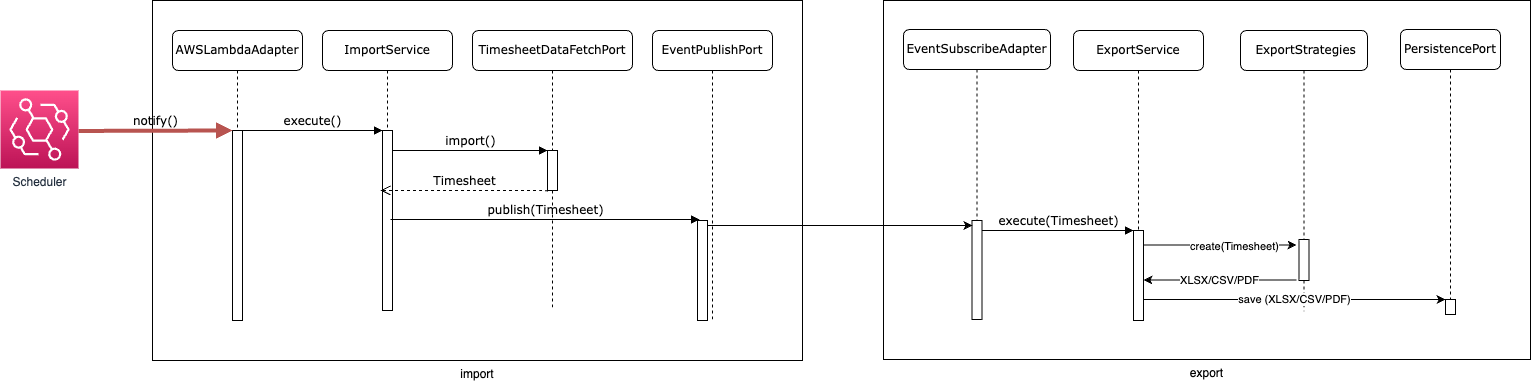
Before: docs/assets/dynamic-level-1.drawio.png, a diagram exported from draw.io (tinohertlein/timesheet-wizard). Source tidied: cells renumbered, new cells last; positions are measured from the earlier drawing's top-left corner, leaving out a move shared by most shapes.
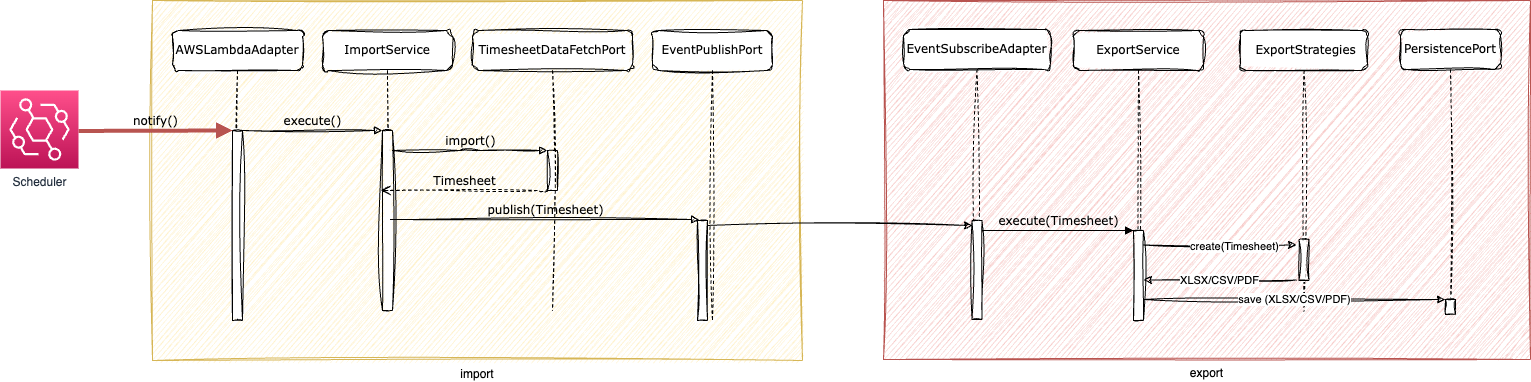
After the change.

Diff of the diagram source:
```diff
@@ -2,42 +2,42 @@
   <root>
     <mxCell id="0" />
     <mxCell id="1" parent="0" />
-    <mxCell id="2" value="export" style="rounded=0;whiteSpace=wrap;html=1;labelPosition=center;verticalLabelPosition=bottom;align=center;verticalAlign=top;" parent="1" vertex="1">
+    <mxCell id="2" value="export" style="rounded=0;whiteSpace=wrap;html=1;labelPosition=center;verticalLabelPosition=bottom;align=center;verticalAlign=top;sketch=1;curveFitting=1;jiggle=2;fillColor=#f8cecc;strokeColor=#b85450;" parent="1" vertex="1">
       <mxGeometry x="883" width="647" height="359" as="geometry" />
     </mxCell>
-    <mxCell id="3" value="import" style="rounded=0;whiteSpace=wrap;html=1;labelPosition=center;verticalLabelPosition=bottom;align=center;verticalAlign=top;" parent="1" vertex="1">
+    <mxCell id="3" value="import" style="rounded=0;whiteSpace=wrap;html=1;labelPosition=center;verticalLabelPosition=bottom;align=center;verticalAlign=top;sketch=1;curveFitting=1;jiggle=2;fillColor=#fff2cc;strokeColor=#d6b656;" parent="1" vertex="1">
       <mxGeometry x="152" width="650" height="360" as="geometry" />
     </mxCell>
-    <mxCell id="4" value="ImportService" style="shape=umlLifeline;perimeter=lifelinePerimeter;whiteSpace=wrap;html=1;rounded=1;shadow=0;comic=0;labelBackgroundColor=none;strokeWidth=1;fontFamily=Verdana;fontSize=12;align=center;" parent="1" vertex="1">
+    <mxCell id="4" value="ImportService" style="shape=umlLifeline;perimeter=lifelinePerimeter;whiteSpace=wrap;html=1;rounded=1;shadow=0;comic=0;labelBackgroundColor=none;strokeWidth=1;fontFamily=Verdana;fontSize=12;align=center;sketch=1;curveFitting=1;jiggle=2;" parent="1" vertex="1">
       <mxGeometry x="322" y="30" width="130" height="280" as="geometry" />
     </mxCell>
-    <mxCell id="5" style="html=1;points=[];perimeter=orthogonalPerimeter;rounded=0;shadow=0;comic=0;labelBackgroundColor=none;strokeWidth=1;fontFamily=Verdana;fontSize=12;align=center;" parent="4" vertex="1">
+    <mxCell id="5" style="html=1;points=[];perimeter=orthogonalPerimeter;rounded=0;shadow=0;comic=0;labelBackgroundColor=none;strokeWidth=1;fontFamily=Verdana;fontSize=12;align=center;sketch=1;curveFitting=1;jiggle=2;" parent="4" vertex="1">
       <mxGeometry x="60" y="100" width="10" height="180" as="geometry" />
     </mxCell>
-    <mxCell id="6" value="TimesheetDataFetchPort" style="shape=umlLifeline;perimeter=lifelinePerimeter;whiteSpace=wrap;html=1;rounded=1;shadow=0;comic=0;labelBackgroundColor=none;strokeWidth=1;fontFamily=Verdana;fontSize=12;align=center;" parent="1" vertex="1">
+    <mxCell id="6" value="TimesheetDataFetchPort" style="shape=umlLifeline;perimeter=lifelinePerimeter;whiteSpace=wrap;html=1;rounded=1;shadow=0;comic=0;labelBackgroundColor=none;strokeWidth=1;fontFamily=Verdana;fontSize=12;align=center;sketch=1;curveFitting=1;jiggle=2;" parent="1" vertex="1">
       <mxGeometry x="472" y="30" width="160" height="280" as="geometry" />
     </mxCell>
-    <mxCell id="7" style="html=1;points=[];perimeter=orthogonalPerimeter;rounded=0;shadow=0;comic=0;labelBackgroundColor=none;strokeWidth=1;fontFamily=Verdana;fontSize=12;align=center;" parent="6" vertex="1">
+    <mxCell id="7" style="html=1;points=[];perimeter=orthogonalPerimeter;rounded=0;shadow=0;comic=0;labelBackgroundColor=none;strokeWidth=1;fontFamily=Verdana;fontSize=12;align=center;sketch=1;curveFitting=1;jiggle=2;" parent="6" vertex="1">
       <mxGeometry x="75" y="120" width="10" height="40" as="geometry" />
     </mxCell>
-    <mxCell id="8" value="publish(Timesheet)" style="html=1;verticalAlign=bottom;endArrow=block;labelBackgroundColor=none;fontFamily=Verdana;fontSize=12;edgeStyle=elbowEdgeStyle;elbow=vertical;entryX=0.2;entryY=-0.005;entryDx=0;entryDy=0;entryPerimeter=0;" parent="6" edge="1" target="10">
+    <mxCell id="8" value="publish(Timesheet)" style="html=1;verticalAlign=bottom;endArrow=block;labelBackgroundColor=none;fontFamily=Verdana;fontSize=12;edgeStyle=elbowEdgeStyle;elbow=vertical;entryX=0.2;entryY=-0.005;entryDx=0;entryDy=0;entryPerimeter=0;sketch=1;curveFitting=1;jiggle=2;" parent="6" edge="1" target="10">
       <mxGeometry relative="1" as="geometry">
         <mxPoint x="-82" y="189" as="sourcePoint" />
       </mxGeometry>
     </mxCell>
-    <mxCell id="9" value="EventPublishPort" style="shape=umlLifeline;perimeter=lifelinePerimeter;whiteSpace=wrap;html=1;rounded=1;shadow=0;comic=0;labelBackgroundColor=none;strokeWidth=1;fontFamily=Verdana;fontSize=12;align=center;" parent="1" vertex="1">
+    <mxCell id="9" value="EventPublishPort" style="shape=umlLifeline;perimeter=lifelinePerimeter;whiteSpace=wrap;html=1;rounded=1;shadow=0;comic=0;labelBackgroundColor=none;strokeWidth=1;fontFamily=Verdana;fontSize=12;align=center;sketch=1;curveFitting=1;jiggle=2;" parent="1" vertex="1">
       <mxGeometry x="652" y="30" width="120" height="290" as="geometry" />
     </mxCell>
-    <mxCell id="10" style="html=1;points=[];perimeter=orthogonalPerimeter;rounded=0;shadow=0;comic=0;labelBackgroundColor=none;strokeWidth=1;fontFamily=Verdana;fontSize=12;align=center;" parent="9" vertex="1">
+    <mxCell id="10" style="html=1;points=[];perimeter=orthogonalPerimeter;rounded=0;shadow=0;comic=0;labelBackgroundColor=none;strokeWidth=1;fontFamily=Verdana;fontSize=12;align=center;sketch=1;curveFitting=1;jiggle=2;" parent="9" vertex="1">
       <mxGeometry x="45" y="190" width="10" height="100" as="geometry" />
     </mxCell>
-    <mxCell id="11" value="AWSLambdaAdapter" style="shape=umlLifeline;perimeter=lifelinePerimeter;whiteSpace=wrap;html=1;rounded=1;shadow=0;comic=0;labelBackgroundColor=none;strokeWidth=1;fontFamily=Verdana;fontSize=12;align=center;" parent="1" vertex="1">
+    <mxCell id="11" value="AWSLambdaAdapter" style="shape=umlLifeline;perimeter=lifelinePerimeter;whiteSpace=wrap;html=1;rounded=1;shadow=0;comic=0;labelBackgroundColor=none;strokeWidth=1;fontFamily=Verdana;fontSize=12;align=center;sketch=1;curveFitting=1;jiggle=2;" parent="1" vertex="1">
       <mxGeometry x="172" y="30" width="130" height="290" as="geometry" />
     </mxCell>
-    <mxCell id="12" style="html=1;points=[];perimeter=orthogonalPerimeter;rounded=0;shadow=0;comic=0;labelBackgroundColor=none;strokeWidth=1;fontFamily=Verdana;fontSize=12;align=center;" parent="11" vertex="1">
+    <mxCell id="12" style="html=1;points=[];perimeter=orthogonalPerimeter;rounded=0;shadow=0;comic=0;labelBackgroundColor=none;strokeWidth=1;fontFamily=Verdana;fontSize=12;align=center;sketch=1;curveFitting=1;jiggle=2;" parent="11" vertex="1">
       <mxGeometry x="60" y="100" width="10" height="190" as="geometry" />
     </mxCell>
-    <mxCell id="13" value="Timesheet" style="html=1;verticalAlign=bottom;endArrow=open;dashed=1;endSize=8;labelBackgroundColor=none;fontFamily=Verdana;fontSize=12;edgeStyle=elbowEdgeStyle;elbow=vertical;exitX=0;exitY=1.025;exitDx=0;exitDy=0;exitPerimeter=0;entryX=-0.2;entryY=0.333;entryDx=0;entryDy=0;entryPerimeter=0;" parent="1" edge="1" source="7" target="5">
+    <mxCell id="13" value="Timesheet" style="html=1;verticalAlign=bottom;endArrow=open;dashed=1;endSize=8;labelBackgroundColor=none;fontFamily=Verdana;fontSize=12;edgeStyle=elbowEdgeStyle;elbow=vertical;exitX=0;exitY=1.025;exitDx=0;exitDy=0;exitPerimeter=0;entryX=-0.2;entryY=0.333;entryDx=0;entryDy=0;entryPerimeter=0;sketch=1;curveFitting=1;jiggle=2;" parent="1" edge="1" source="7" target="5">
       <mxGeometry relative="1" as="geometry">
         <Array as="points">
           <mxPoint x="492" y="190" />
@@ -46,37 +46,37 @@
         </Array>
       </mxGeometry>
     </mxCell>
-    <mxCell id="14" value="execute()" style="html=1;verticalAlign=bottom;endArrow=block;entryX=0;entryY=0;labelBackgroundColor=none;fontFamily=Verdana;fontSize=12;edgeStyle=elbowEdgeStyle;elbow=vertical;" parent="1" edge="1" source="12" target="5">
+    <mxCell id="14" value="execute()" style="html=1;verticalAlign=bottom;endArrow=block;entryX=0;entryY=0;labelBackgroundColor=none;fontFamily=Verdana;fontSize=12;edgeStyle=elbowEdgeStyle;elbow=vertical;sketch=1;curveFitting=1;jiggle=2;" parent="1" edge="1" source="12" target="5">
       <mxGeometry relative="1" as="geometry" />
     </mxCell>
-    <mxCell id="15" value="import()" style="html=1;verticalAlign=bottom;endArrow=block;entryX=0;entryY=0;labelBackgroundColor=none;fontFamily=Verdana;fontSize=12;edgeStyle=elbowEdgeStyle;elbow=vertical;" parent="1" edge="1" source="5" target="7">
+    <mxCell id="15" value="import()" style="html=1;verticalAlign=bottom;endArrow=block;entryX=0;entryY=0;labelBackgroundColor=none;fontFamily=Verdana;fontSize=12;edgeStyle=elbowEdgeStyle;elbow=vertical;sketch=1;curveFitting=1;jiggle=2;" parent="1" edge="1" source="5" target="7">
       <mxGeometry relative="1" as="geometry" />
     </mxCell>
-    <mxCell id="16" value="ExportService" style="shape=umlLifeline;perimeter=lifelinePerimeter;whiteSpace=wrap;html=1;rounded=1;shadow=0;comic=0;labelBackgroundColor=none;strokeWidth=1;fontFamily=Verdana;fontSize=12;align=center;" parent="1" vertex="1">
+    <mxCell id="16" value="ExportService" style="shape=umlLifeline;perimeter=lifelinePerimeter;whiteSpace=wrap;html=1;rounded=1;shadow=0;comic=0;labelBackgroundColor=none;strokeWidth=1;fontFamily=Verdana;fontSize=12;align=center;sketch=1;curveFitting=1;jiggle=2;" parent="1" vertex="1">
       <mxGeometry x="1073" y="30" width="130" height="290" as="geometry" />
     </mxCell>
-    <mxCell id="17" style="html=1;points=[];perimeter=orthogonalPerimeter;rounded=0;shadow=0;comic=0;labelBackgroundColor=none;strokeWidth=1;fontFamily=Verdana;fontSize=12;align=center;" parent="16" vertex="1">
+    <mxCell id="17" style="html=1;points=[];perimeter=orthogonalPerimeter;rounded=0;shadow=0;comic=0;labelBackgroundColor=none;strokeWidth=1;fontFamily=Verdana;fontSize=12;align=center;sketch=1;curveFitting=1;jiggle=2;" parent="16" vertex="1">
       <mxGeometry x="60" y="200" width="10" height="90" as="geometry" />
     </mxCell>
-    <mxCell id="18" value="PersistencePort" style="shape=umlLifeline;perimeter=lifelinePerimeter;whiteSpace=wrap;html=1;rounded=1;shadow=0;comic=0;labelBackgroundColor=none;strokeWidth=1;fontFamily=Verdana;fontSize=12;align=center;" parent="1" vertex="1">
+    <mxCell id="18" value="PersistencePort" style="shape=umlLifeline;perimeter=lifelinePerimeter;whiteSpace=wrap;html=1;rounded=1;shadow=0;comic=0;labelBackgroundColor=none;strokeWidth=1;fontFamily=Verdana;fontSize=12;align=center;sketch=1;curveFitting=1;jiggle=2;" parent="1" vertex="1">
       <mxGeometry x="1400" y="29" width="100" height="280" as="geometry" />
     </mxCell>
-    <mxCell id="19" style="html=1;points=[];perimeter=orthogonalPerimeter;rounded=0;shadow=0;comic=0;labelBackgroundColor=none;strokeWidth=1;fontFamily=Verdana;fontSize=12;align=center;" parent="18" vertex="1">
+    <mxCell id="19" style="html=1;points=[];perimeter=orthogonalPerimeter;rounded=0;shadow=0;comic=0;labelBackgroundColor=none;strokeWidth=1;fontFamily=Verdana;fontSize=12;align=center;sketch=1;curveFitting=1;jiggle=2;" parent="18" vertex="1">
       <mxGeometry x="45" y="270" width="10" height="15" as="geometry" />
     </mxCell>
-    <mxCell id="20" value="EventSubscribeAdapter" style="shape=umlLifeline;perimeter=lifelinePerimeter;whiteSpace=wrap;html=1;rounded=1;shadow=0;comic=0;labelBackgroundColor=none;strokeWidth=1;fontFamily=Verdana;fontSize=12;align=center;" parent="1" vertex="1">
+    <mxCell id="20" value="EventSubscribeAdapter" style="shape=umlLifeline;perimeter=lifelinePerimeter;whiteSpace=wrap;html=1;rounded=1;shadow=0;comic=0;labelBackgroundColor=none;strokeWidth=1;fontFamily=Verdana;fontSize=12;align=center;sketch=1;curveFitting=1;jiggle=2;" parent="1" vertex="1">
       <mxGeometry x="903" y="29" width="147" height="290" as="geometry" />
     </mxCell>
-    <mxCell id="21" style="html=1;points=[];perimeter=orthogonalPerimeter;rounded=0;shadow=0;comic=0;labelBackgroundColor=none;strokeWidth=1;fontFamily=Verdana;fontSize=12;align=center;" parent="20" vertex="1">
+    <mxCell id="21" style="html=1;points=[];perimeter=orthogonalPerimeter;rounded=0;shadow=0;comic=0;labelBackgroundColor=none;strokeWidth=1;fontFamily=Verdana;fontSize=12;align=center;sketch=1;curveFitting=1;jiggle=2;" parent="20" vertex="1">
       <mxGeometry x="68.5" y="191" width="10" height="99" as="geometry" />
     </mxCell>
     <mxCell id="22" value="execute(Timesheet)" style="html=1;verticalAlign=bottom;endArrow=block;entryX=0;entryY=0;labelBackgroundColor=none;fontFamily=Verdana;fontSize=12;edgeStyle=elbowEdgeStyle;elbow=vertical;" parent="1" edge="1" source="21" target="17">
       <mxGeometry relative="1" as="geometry" />
     </mxCell>
-    <mxCell id="23" value="&amp;nbsp;ExportStrategies" style="shape=umlLifeline;perimeter=lifelinePerimeter;whiteSpace=wrap;html=1;rounded=1;shadow=0;comic=0;labelBackgroundColor=none;strokeWidth=1;fontFamily=Verdana;fontSize=12;align=center;" parent="1" vertex="1">
+    <mxCell id="23" value="&amp;nbsp;ExportStrategies" style="shape=umlLifeline;perimeter=lifelinePerimeter;whiteSpace=wrap;html=1;rounded=1;shadow=0;comic=0;labelBackgroundColor=none;strokeWidth=1;fontFamily=Verdana;fontSize=12;align=center;sketch=1;curveFitting=1;jiggle=2;" parent="1" vertex="1">
       <mxGeometry x="1240" y="30" width="127" height="281" as="geometry" />
     </mxCell>
-    <mxCell id="24" style="html=1;points=[];perimeter=orthogonalPerimeter;rounded=0;shadow=0;comic=0;labelBackgroundColor=none;strokeWidth=1;fontFamily=Verdana;fontSize=12;align=center;" parent="23" vertex="1">
+    <mxCell id="24" style="html=1;points=[];perimeter=orthogonalPerimeter;rounded=0;shadow=0;comic=0;labelBackgroundColor=none;strokeWidth=1;fontFamily=Verdana;fontSize=12;align=center;sketch=1;curveFitting=1;jiggle=2;" parent="23" vertex="1">
       <mxGeometry x="58.5" y="209" width="10" height="41" as="geometry" />
     </mxCell>
     <mxCell id="25" value="notify()" style="html=1;verticalAlign=bottom;endArrow=block;labelBackgroundColor=none;fontFamily=Verdana;fontSize=12;edgeStyle=elbowEdgeStyle;elbow=vertical;fillColor=#f8cecc;strokeColor=#b85450;strokeWidth=4;" parent="1" edge="1">
@@ -88,19 +88,19 @@
         </Array>
       </mxGeometry>
     </mxCell>
-    <mxCell id="26" value="Scheduler" style="sketch=0;fontColor=#232F3E;gradientColor=#FF4F8B;gradientDirection=north;fillColor=#BC1356;strokeColor=#ffffff;dashed=0;verticalLabelPosition=bottom;verticalAlign=top;align=center;html=1;fontSize=12;fontStyle=0;shape=mxgraph.aws4.resourceIcon;resIcon=mxgraph.aws4.eventbridge;" parent="1" vertex="1">
+    <mxCell id="26" value="Scheduler" style="fontColor=#232F3E;gradientColor=#FF4F8B;gradientDirection=north;fillColor=#BC1356;strokeColor=#ffffff;dashed=0;verticalLabelPosition=bottom;verticalAlign=top;align=center;html=1;fontSize=12;fontStyle=0;shape=mxgraph.aws4.resourceIcon;resIcon=mxgraph.aws4.eventbridge;" parent="1" vertex="1">
       <mxGeometry y="90" width="78" height="78" as="geometry" />
     </mxCell>
-    <mxCell id="27" value="XLSX/CSV/PDF" style="endArrow=classic;html=1;rounded=0;exitX=-0.25;exitY=0.988;exitDx=0;exitDy=0;exitPerimeter=0;" parent="1" edge="1" source="24" target="17">
+    <mxCell id="27" value="XLSX/CSV/PDF" style="endArrow=classic;html=1;rounded=0;exitX=-0.25;exitY=0.988;exitDx=0;exitDy=0;exitPerimeter=0;sketch=1;curveFitting=1;jiggle=2;" parent="1" edge="1" source="24" target="17">
       <mxGeometry relative="1" as="geometry" />
     </mxCell>
-    <mxCell id="28" value="save (XLSX/CSV/PDF)" style="endArrow=classic;html=1;rounded=0;" parent="1" edge="1" source="17" target="19">
+    <mxCell id="28" value="save (XLSX/CSV/PDF)" style="endArrow=classic;html=1;rounded=0;sketch=1;curveFitting=1;jiggle=2;" parent="1" edge="1" source="17" target="19">
       <mxGeometry relative="1" as="geometry" />
     </mxCell>
-    <mxCell id="29" style="endArrow=classic;html=1;rounded=0;entryX=0.05;entryY=0.05;entryDx=0;entryDy=0;entryPerimeter=0;" parent="1" edge="1" source="10" target="21">
+    <mxCell id="29" style="endArrow=classic;html=1;rounded=0;entryX=0.05;entryY=0.05;entryDx=0;entryDy=0;entryPerimeter=0;sketch=1;curveFitting=1;jiggle=2;" parent="1" edge="1" source="10" target="21">
       <mxGeometry relative="1" as="geometry" />
     </mxCell>
-    <mxCell id="30" style="endArrow=classic;html=1;rounded=0;entryX=-0.25;entryY=0.134;entryDx=0;entryDy=0;entryPerimeter=0;" parent="1" edge="1" source="17" target="24">
+    <mxCell id="30" style="endArrow=classic;html=1;rounded=0;entryX=-0.25;entryY=0.134;entryDx=0;entryDy=0;entryPerimeter=0;sketch=1;curveFitting=1;jiggle=2;" parent="1" edge="1" source="17" target="24">
       <mxGeometry relative="1" as="geometry" />
     </mxCell>
     <mxCell id="31" value="create(Timesheet)" style="edgeLabel;html=1;align=center;verticalAlign=middle;" parent="30" vertex="1">
```
